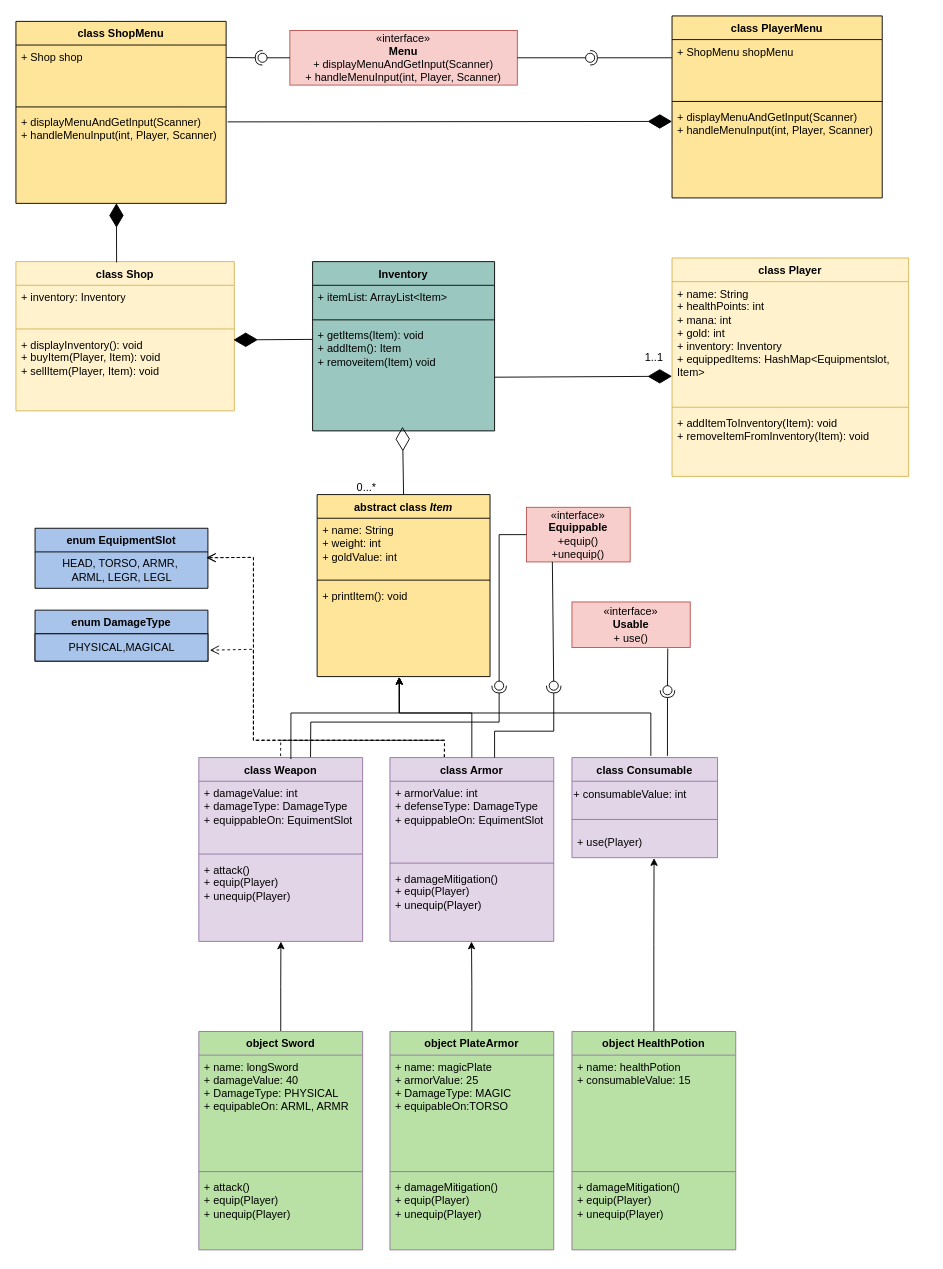
The draw.io diagram .idea/ooad-uml-diagram.drawio in PelleHanspers/ooad-individuell-uppgift-pellehanspers, before the edit. Source tidied: cells renumbered, new cells numbered last; positions are measured from the earlier drawing's top-left corner, leaving out a move shared by most shapes. Both pictures are drawn from the tidied source at 91%, with x=0, y=0 at pixel (15, 15).
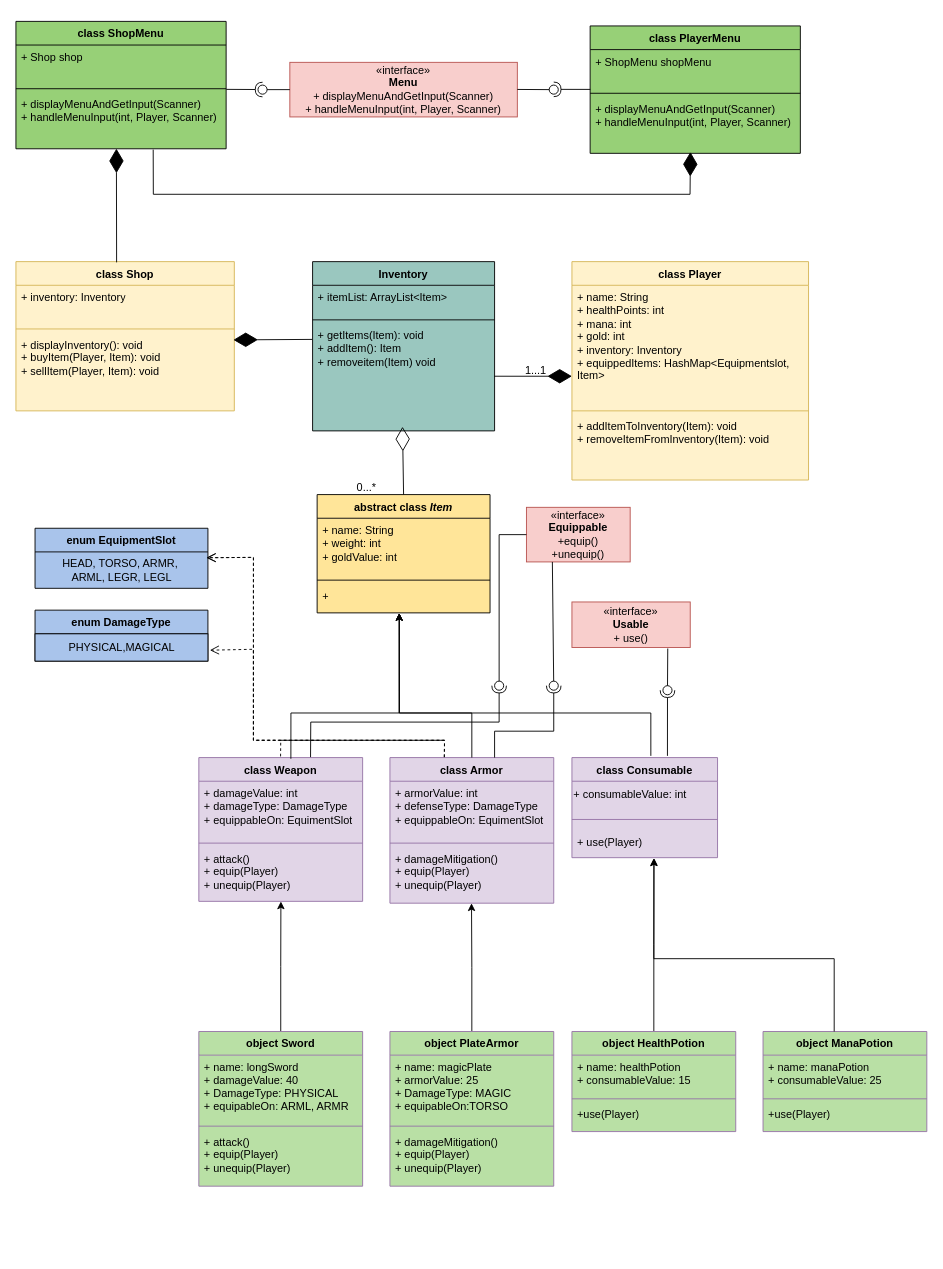
After the change.

Unchanged cells that the change refers to:
```xml
<mxCell id="5" value="&lt;div&gt;&lt;span style=&quot;background-color: initial; color: rgb(0, 0, 0); --darkreader-inline-bgcolor: initial; --darkreader-inline-color: #e8e6e3;&quot;&gt;+ getItems(Item): void&lt;/span&gt;&lt;br&gt;&lt;/div&gt;&lt;div&gt;+ addItem(): Item&lt;br&gt;&lt;/div&gt;&lt;div&gt;+ removeitem(Item) void&lt;br&gt;&lt;/div&gt;" style="text;strokeColor=none;fillColor=none;align=left;verticalAlign=top;spacingLeft=4;spacingRight=4;overflow=hidden;points=[[0,0.5],[1,0.5]];portConstraint=eastwest;whiteSpace=wrap;html=1;" parent="2" vertex="1">
  <mxGeometry y="68" width="200" height="118" as="geometry" />
</mxCell>
<mxCell id="36" value="&lt;div&gt;+ name: String&lt;br&gt;&lt;/div&gt;&lt;div&gt;+ healthPoints: int&lt;/div&gt;&lt;div&gt;+ mana: int&lt;/div&gt;&lt;div&gt;+ gold: int&lt;br&gt;&lt;/div&gt;&lt;div&gt;+ inventory: Inventory&lt;/div&gt;&lt;div&gt;&lt;div&gt;+ equippedItems: HashMap&amp;lt;Equipmentslot, Item&amp;gt;&lt;/div&gt;&lt;/div&gt;" style="text;strokeColor=none;fillColor=none;align=left;verticalAlign=top;spacingLeft=4;spacingRight=4;overflow=hidden;points=[[0,0.5],[1,0.5]];portConstraint=eastwest;whiteSpace=wrap;html=1;" parent="35" vertex="1">
  <mxGeometry y="26" width="260" height="134" as="geometry" />
</mxCell>
```

The edit, as a diff of the source:
```diff
@@
     <mxCell id="6" value="abstract class &lt;i&gt;Item&lt;/i&gt;" style="swimlane;fontStyle=1;align=center;verticalAlign=top;horizontal=1;startSize=26;whiteSpace=wrap;html=1;fillColor=#FFE599;swimlaneFillColor=#FFE599;" parent="1" vertex="1">
-      <mxGeometry x="331" y="526" width="190" height="200" as="geometry" />
+      <mxGeometry x="331" y="526" width="190" height="130" as="geometry" />
     </mxCell>
@@
-    <mxCell id="9" value="&lt;div&gt;+ printItem(): void&lt;/div&gt;" style="text;strokeColor=none;fillColor=none;align=left;verticalAlign=top;spacingLeft=4;spacingRight=4;overflow=hidden;points=[[0,0.5],[1,0.5]];portConstraint=eastwest;whiteSpace=wrap;html=1;" parent="6" vertex="1">
-      <mxGeometry y="98" width="190" height="102" as="geometry" />
+    <mxCell id="9" value="&lt;div&gt;+ &lt;/div&gt;" style="text;strokeColor=none;fillColor=none;align=left;verticalAlign=top;spacingLeft=4;spacingRight=4;overflow=hidden;points=[[0,0.5],[1,0.5]];portConstraint=eastwest;whiteSpace=wrap;html=1;" parent="6" vertex="1">
+      <mxGeometry y="98" width="190" height="32" as="geometry" />
     </mxCell>
     <mxCell id="10" value="class Armor" style="swimlane;fontStyle=1;align=center;verticalAlign=top;horizontal=1;startSize=26;whiteSpace=wrap;html=1;fillColor=#e1d5e7;strokeColor=#9673a6;swimlaneFillColor=#E1D5E7;" parent="1" vertex="1">
-      <mxGeometry x="411" y="815" width="180" height="202" as="geometry" />
+      <mxGeometry x="411" y="815" width="180" height="160" as="geometry" />
     </mxCell>
     <mxCell id="11" value="&lt;div&gt;+ armorValue: int&lt;/div&gt;&lt;div&gt;+ defenseType: DamageType&lt;/div&gt;&lt;div&gt;+ equippableOn: EquimentSlot&lt;/div&gt;" style="text;strokeColor=none;fillColor=none;align=left;verticalAlign=top;spacingLeft=4;spacingRight=4;overflow=hidden;whiteSpace=wrap;html=1;" parent="10" vertex="1">
-      <mxGeometry y="26" width="180" height="86" as="geometry" />
+      <mxGeometry y="26" width="180" height="64" as="geometry" />
     </mxCell>
     <mxCell id="12" style="line;strokeWidth=1;fillColor=none;align=left;verticalAlign=middle;spacingTop=-1;spacingLeft=3;spacingRight=3;labelPosition=right;strokeColor=#9673A6;" parent="10" vertex="1">
-      <mxGeometry y="112" width="180" height="8" as="geometry" />
+      <mxGeometry y="90" width="180" height="8" as="geometry" />
     </mxCell>
     <mxCell id="13" value="&lt;div&gt;+ damageMitigation()&lt;br&gt;&lt;/div&gt;&lt;div&gt;&lt;div&gt;+ equip(Player)&lt;/div&gt;&lt;div&gt;+ unequip(Player)&lt;/div&gt;&lt;/div&gt;" style="text;strokeColor=none;fillColor=none;align=left;verticalAlign=top;spacingLeft=4;spacingRight=4;overflow=hidden;points=[[0,0.5],[1,0.5]];portConstraint=eastwest;whiteSpace=wrap;html=1;" parent="10" vertex="1">
-      <mxGeometry y="120" width="180" height="82" as="geometry" />
+      <mxGeometry y="98" width="180" height="62" as="geometry" />
     </mxCell>
@@
     <mxCell id="31" value="class Weapon" style="swimlane;fontStyle=1;align=center;verticalAlign=top;horizontal=1;startSize=26;whiteSpace=wrap;html=1;fillColor=#E1D5E7;swimlaneFillColor=#E1D5E7;strokeColor=#9673A6;" parent="1" vertex="1">
-      <mxGeometry x="201" y="815" width="180" height="202" as="geometry" />
+      <mxGeometry x="201" y="815" width="180" height="158" as="geometry" />
     </mxCell>
     <mxCell id="32" value="&lt;div&gt;+ damageValue: int&lt;/div&gt;&lt;div&gt;+ damageType: DamageType&lt;/div&gt;&lt;div&gt;+ equippableOn: EquimentSlot&lt;br&gt;&lt;/div&gt;&lt;div&gt;&lt;br&gt;&lt;/div&gt;" style="text;strokeColor=none;fillColor=none;align=left;verticalAlign=top;spacingLeft=4;spacingRight=4;overflow=hidden;whiteSpace=wrap;html=1;" parent="31" vertex="1">
-      <mxGeometry y="26" width="180" height="76" as="geometry" />
+      <mxGeometry y="26" width="180" height="64" as="geometry" />
     </mxCell>
     <mxCell id="33" style="line;strokeWidth=1;fillColor=#E1D5E7;align=left;verticalAlign=middle;spacingTop=-1;spacingLeft=3;spacingRight=3;labelPosition=right;strokeColor=#9673A6;fillStyle=auto;perimeterSpacing=0;" parent="31" vertex="1">
-      <mxGeometry y="102" width="180" height="8" as="geometry" />
+      <mxGeometry y="90" width="180" height="8" as="geometry" />
     </mxCell>
     <mxCell id="34" value="&lt;div&gt;+ attack()&lt;/div&gt;&lt;div&gt;&lt;div&gt;+ equip(Player)&lt;/div&gt;&lt;div&gt;+ unequip(Player)&lt;/div&gt;&lt;/div&gt;" style="text;strokeColor=none;fillColor=none;align=left;verticalAlign=top;spacingLeft=4;spacingRight=4;overflow=hidden;points=[[0,0.5],[1,0.5]];portConstraint=eastwest;whiteSpace=wrap;html=1;" parent="31" vertex="1">
-      <mxGeometry y="110" width="180" height="92" as="geometry" />
+      <mxGeometry y="98" width="180" height="60" as="geometry" />
     </mxCell>
     <mxCell id="35" value="class Player" style="swimlane;fontStyle=1;align=center;verticalAlign=top;horizontal=1;startSize=26;whiteSpace=wrap;html=1;fillColor=#fff2cc;strokeColor=#d6b656;swimlaneFillColor=#FFF2CC;" parent="1" vertex="1">
-      <mxGeometry x="721" y="266" width="260" height="240" as="geometry" />
+      <mxGeometry x="611" y="270" width="260" height="240" as="geometry" />
     </mxCell>
@@
-    <mxCell id="39" style="endArrow=diamondThin;endFill=1;endSize=24;html=1;rounded=0;entryX=0;entryY=0.776;entryDx=0;entryDy=0;entryPerimeter=0;exitX=1;exitY=0.5;exitDx=0;exitDy=0;" parent="1" edge="1" source="5" target="36">
+    <mxCell id="39" style="endArrow=diamondThin;endFill=1;endSize=24;html=1;rounded=0;entryX=0;entryY=0.746;entryDx=0;entryDy=0;entryPerimeter=0;exitX=0.998;exitY=0.491;exitDx=0;exitDy=0;exitPerimeter=0;" parent="1" edge="1" source="5" target="36">
       <mxGeometry relative="1" as="geometry" />
     </mxCell>
-    <mxCell id="40" value="1..1" style="text;html=1;align=center;verticalAlign=middle;strokeColor=none;fillColor=none;" parent="1" vertex="1">
-      <mxGeometry x="681" y="361" width="40" height="30" as="geometry" />
+    <mxCell id="40" value="1...1" style="text;html=1;align=center;verticalAlign=middle;strokeColor=none;fillColor=none;" parent="1" vertex="1">
+      <mxGeometry x="546" y="375" width="50" height="30" as="geometry" />
     </mxCell>
@@
     <mxCell id="53" value="object Sword " style="swimlane;fontStyle=1;align=center;verticalAlign=top;horizontal=1;startSize=26;whiteSpace=wrap;html=1;fillColor=#B9E0A5;strokeColor=#9673a6;swimlaneFillColor=#B9E0A5;" parent="1" vertex="1">
-      <mxGeometry x="201" y="1116" width="180" height="240" as="geometry" />
+      <mxGeometry x="201" y="1116" width="180" height="170" as="geometry" />
     </mxCell>
     <mxCell id="54" value="&lt;div&gt;+ name: longSword&lt;br&gt;&lt;/div&gt;&lt;div&gt;+&amp;nbsp;damageValue: 40&lt;br&gt;&lt;/div&gt;&lt;div&gt;+ DamageType: PHYSICAL &lt;/div&gt;&lt;div&gt;+ equipableOn: ARML, ARMR&lt;br&gt;&lt;/div&gt;" style="text;strokeColor=none;fillColor=none;align=left;verticalAlign=top;spacingLeft=4;spacingRight=4;overflow=hidden;whiteSpace=wrap;html=1;" parent="53" vertex="1">
-      <mxGeometry y="26" width="180" height="124" as="geometry" />
+      <mxGeometry y="26" width="180" height="74" as="geometry" />
     </mxCell>
     <mxCell id="55" style="line;strokeWidth=1;fillColor=none;align=left;verticalAlign=middle;spacingTop=-1;spacingLeft=3;spacingRight=3;labelPosition=right;strokeColor=#9673A6;" parent="53" vertex="1">
-      <mxGeometry y="150" width="180" height="8" as="geometry" />
+      <mxGeometry y="100" width="180" height="8" as="geometry" />
     </mxCell>
     <mxCell id="56" value="&lt;div&gt;+ attack()&lt;br&gt;&lt;/div&gt;&lt;div&gt;&lt;div&gt;+ equip(Player)&lt;/div&gt;&lt;div&gt;+ unequip(Player)&lt;/div&gt;&lt;/div&gt;" style="text;strokeColor=none;fillColor=none;align=left;verticalAlign=top;spacingLeft=4;spacingRight=4;overflow=hidden;whiteSpace=wrap;html=1;" parent="53" vertex="1">
-      <mxGeometry y="158" width="180" height="82" as="geometry" />
+      <mxGeometry y="108" width="180" height="62" as="geometry" />
     </mxCell>
@@
     <mxCell id="58" value="object PlateArmor " style="swimlane;fontStyle=1;align=center;verticalAlign=top;horizontal=1;startSize=26;whiteSpace=wrap;html=1;fillColor=#B9E0A5;strokeColor=#9673a6;swimlaneFillColor=#B9E0A5;" parent="1" vertex="1">
-      <mxGeometry x="411" y="1116" width="180" height="240" as="geometry" />
+      <mxGeometry x="411" y="1116" width="180" height="170" as="geometry" />
     </mxCell>
     <mxCell id="59" value="&lt;div&gt;+ name: magicPlate&lt;br&gt;&lt;/div&gt;&lt;div&gt;+ armorValue: 25&lt;br&gt;&lt;/div&gt;&lt;div&gt;+ DamageType: MAGIC&lt;/div&gt;&lt;div&gt;+ equipableOn:TORSO&lt;/div&gt;" style="text;strokeColor=none;fillColor=none;align=left;verticalAlign=top;spacingLeft=4;spacingRight=4;overflow=hidden;whiteSpace=wrap;html=1;" parent="58" vertex="1">
-      <mxGeometry y="26" width="180" height="124" as="geometry" />
+      <mxGeometry y="26" width="180" height="74" as="geometry" />
     </mxCell>
     <mxCell id="60" style="line;strokeWidth=1;fillColor=none;align=left;verticalAlign=middle;spacingTop=-1;spacingLeft=3;spacingRight=3;labelPosition=right;strokeColor=#9673A6;" parent="58" vertex="1">
-      <mxGeometry y="150" width="180" height="8" as="geometry" />
+      <mxGeometry y="100" width="180" height="8" as="geometry" />
     </mxCell>
     <mxCell id="61" value="&lt;div&gt;+ damageMitigation()&lt;br&gt;&lt;/div&gt;&lt;div&gt;&lt;div&gt;+ equip(Player)&lt;/div&gt;&lt;div&gt;+ unequip(Player)&lt;/div&gt;&lt;/div&gt;" style="text;strokeColor=none;fillColor=none;align=left;verticalAlign=top;spacingLeft=4;spacingRight=4;overflow=hidden;whiteSpace=wrap;html=1;" parent="58" vertex="1">
-      <mxGeometry y="158" width="180" height="82" as="geometry" />
+      <mxGeometry y="108" width="180" height="62" as="geometry" />
     </mxCell>
@@
     <mxCell id="63" value="object HealthPotion" style="swimlane;fontStyle=1;align=center;verticalAlign=top;horizontal=1;startSize=26;whiteSpace=wrap;html=1;fillColor=#B9E0A5;strokeColor=#9673a6;swimlaneFillColor=#B9E0A5;" parent="1" vertex="1">
-      <mxGeometry x="611" y="1116" width="180" height="240" as="geometry" />
+      <mxGeometry x="611" y="1116" width="180" height="110" as="geometry" />
     </mxCell>
     <mxCell id="64" value="&lt;div&gt;+ name: healthPotion&lt;br&gt;&lt;/div&gt;&lt;div&gt;+ consumableValue: 15&lt;/div&gt;" style="text;strokeColor=none;fillColor=none;align=left;verticalAlign=top;spacingLeft=4;spacingRight=4;overflow=hidden;whiteSpace=wrap;html=1;" parent="63" vertex="1">
-      <mxGeometry y="26" width="180" height="124" as="geometry" />
+      <mxGeometry y="26" width="180" height="44" as="geometry" />
     </mxCell>
     <mxCell id="65" style="line;strokeWidth=1;fillColor=none;align=left;verticalAlign=middle;spacingTop=-1;spacingLeft=3;spacingRight=3;labelPosition=right;strokeColor=#9673A6;" parent="63" vertex="1">
-      <mxGeometry y="150" width="180" height="8" as="geometry" />
+      <mxGeometry y="70" width="180" height="8" as="geometry" />
     </mxCell>
-    <mxCell id="66" value="&lt;div&gt;+ damageMitigation()&lt;br&gt;&lt;/div&gt;&lt;div&gt;&lt;div&gt;+ equip(Player)&lt;/div&gt;&lt;div&gt;+ unequip(Player)&lt;/div&gt;&lt;/div&gt;" style="text;strokeColor=none;fillColor=none;align=left;verticalAlign=top;spacingLeft=4;spacingRight=4;overflow=hidden;whiteSpace=wrap;html=1;" parent="63" vertex="1">
-      <mxGeometry y="158" width="180" height="82" as="geometry" />
+    <mxCell id="66" value="&lt;div&gt;+use(Player)&lt;/div&gt;" style="text;strokeColor=none;fillColor=none;align=left;verticalAlign=top;spacingLeft=4;spacingRight=4;overflow=hidden;whiteSpace=wrap;html=1;" parent="63" vertex="1">
+      <mxGeometry y="78" width="180" height="32" as="geometry" />
     </mxCell>
@@
     <mxCell id="72" value="«interface»&lt;br&gt;&lt;b&gt;Menu&lt;/b&gt;&lt;br&gt;&lt;div&gt;+ displayMenuAndGetInput(Scanner)&lt;/div&gt;&lt;div&gt;+ handleMenuInput(int, Player, Scanner)&lt;/div&gt;" style="html=1;whiteSpace=wrap;fillColor=#f8cecc;strokeColor=#b85450;" parent="1" vertex="1">
-      <mxGeometry x="301" y="16" width="250" height="60" as="geometry" />
+      <mxGeometry x="301" y="51" width="250" height="60" as="geometry" />
     </mxCell>
-    <mxCell id="73" value="class ShopMenu" style="swimlane;fontStyle=1;align=center;verticalAlign=top;horizontal=1;startSize=26;whiteSpace=wrap;html=1;fillColor=#FFE599;swimlaneFillColor=#FFE599;" parent="1" vertex="1">
-      <mxGeometry y="6" width="231" height="200" as="geometry" />
+    <mxCell id="73" value="class ShopMenu" style="swimlane;fontStyle=1;align=center;verticalAlign=top;horizontal=1;startSize=26;whiteSpace=wrap;html=1;fillColor=#97D077;swimlaneFillColor=#97D077;" parent="1" vertex="1">
+      <mxGeometry y="6" width="231" height="140" as="geometry" />
     </mxCell>
     <mxCell id="74" value="+ Shop shop" style="text;strokeColor=none;fillColor=none;align=left;verticalAlign=top;spacingLeft=4;spacingRight=4;overflow=hidden;points=[[0,0.5],[1,0.5]];portConstraint=eastwest;whiteSpace=wrap;html=1;" parent="73" vertex="1">
-      <mxGeometry y="26" width="231" height="64" as="geometry" />
+      <mxGeometry y="26" width="231" height="44" as="geometry" />
     </mxCell>
     <mxCell id="75" style="line;strokeWidth=1;fillColor=none;align=left;verticalAlign=middle;spacingTop=-1;spacingLeft=3;spacingRight=3;labelPosition=right;strokeColor=inherit;" parent="73" vertex="1">
-      <mxGeometry y="90" width="231" height="8" as="geometry" />
+      <mxGeometry y="70" width="231" height="8" as="geometry" />
     </mxCell>
     <mxCell id="76" value="&lt;div&gt;+ displayMenuAndGetInput(Scanner)&lt;/div&gt;&lt;div&gt;+ handleMenuInput(int, Player, Scanner)&lt;/div&gt;" style="text;strokeColor=none;fillColor=none;align=left;verticalAlign=top;spacingLeft=4;spacingRight=4;overflow=hidden;points=[[0,0.5],[1,0.5]];portConstraint=eastwest;whiteSpace=wrap;html=1;" parent="73" vertex="1">
-      <mxGeometry y="98" width="231" height="102" as="geometry" />
+      <mxGeometry y="78" width="231" height="62" as="geometry" />
     </mxCell>
-    <mxCell id="77" style="rounded=0;jettySize=auto;html=1;endArrow=halfCircle;endFill=0;endSize=6;strokeWidth=1;sketch=0;exitX=1.001;exitY=0.215;exitDx=0;exitDy=0;exitPerimeter=0;" parent="1" edge="1" source="74">
+    <mxCell id="77" style="rounded=0;orthogonalLoop=1;jettySize=auto;html=1;endArrow=halfCircle;endFill=0;endSize=6;strokeWidth=1;sketch=0;exitX=1.001;exitY=0.996;exitDx=0;exitDy=0;exitPerimeter=0;" parent="1" edge="1">
       <mxGeometry relative="1" as="geometry">
-        <mxPoint x="271" y="46" as="targetPoint" />
+        <mxPoint x="231.2" y="80.7" as="sourcePoint" />
+        <mxPoint x="271" y="80.9" as="targetPoint" />
       </mxGeometry>
     </mxCell>
     <mxCell id="78" style="rounded=0;jettySize=auto;html=1;endArrow=oval;endFill=0;sketch=0;sourcePerimeterSpacing=0;targetPerimeterSpacing=0;endSize=10;exitX=0;exitY=0.5;exitDx=0;exitDy=0;" parent="1" edge="1" source="72">
       <mxGeometry relative="1" as="geometry">
-        <mxPoint x="271" y="46" as="targetPoint" />
+        <mxPoint x="271" y="81" as="targetPoint" />
       </mxGeometry>
     </mxCell>
@@
-    <mxCell id="80" value="class PlayerMenu" style="swimlane;fontStyle=1;align=center;verticalAlign=top;horizontal=1;startSize=26;whiteSpace=wrap;html=1;fillColor=#FFE599;swimlaneFillColor=#FFE599;" parent="1" vertex="1">
-      <mxGeometry x="721" width="231" height="200" as="geometry" />
+    <mxCell id="80" value="class PlayerMenu" style="swimlane;fontStyle=1;align=center;verticalAlign=top;horizontal=1;startSize=26;whiteSpace=wrap;html=1;fillColor=#97D077;swimlaneFillColor=#97D077;" parent="1" vertex="1">
+      <mxGeometry x="631" y="11" width="231" height="140" as="geometry" />
     </mxCell>
     <mxCell id="81" value="+ ShopMenu shopMenu" style="text;strokeColor=none;fillColor=none;align=left;verticalAlign=top;spacingLeft=4;spacingRight=4;overflow=hidden;points=[[0,0.5],[1,0.5]];portConstraint=eastwest;whiteSpace=wrap;html=1;" parent="80" vertex="1">
-      <mxGeometry y="26" width="231" height="64" as="geometry" />
+      <mxGeometry y="26" width="231" height="44" as="geometry" />
     </mxCell>
     <mxCell id="82" style="line;strokeWidth=1;fillColor=none;align=left;verticalAlign=middle;spacingTop=-1;spacingLeft=3;spacingRight=3;labelPosition=right;strokeColor=inherit;" parent="80" vertex="1">
-      <mxGeometry y="90" width="231" height="8" as="geometry" />
+      <mxGeometry y="70" width="231" height="8" as="geometry" />
     </mxCell>
     <mxCell id="83" value="&lt;div&gt;+ displayMenuAndGetInput(Scanner)&lt;/div&gt;&lt;div&gt;+ handleMenuInput(int, Player, Scanner)&lt;/div&gt;" style="text;strokeColor=none;fillColor=none;align=left;verticalAlign=top;spacingLeft=4;spacingRight=4;overflow=hidden;points=[[0,0.5],[1,0.5]];portConstraint=eastwest;whiteSpace=wrap;html=1;" parent="80" vertex="1">
-      <mxGeometry y="98" width="231" height="102" as="geometry" />
+      <mxGeometry y="78" width="231" height="62" as="geometry" />
     </mxCell>
@@
-    <mxCell id="85" style="rounded=0;jettySize=auto;html=1;endArrow=halfCircle;endFill=0;endSize=6;strokeWidth=1;sketch=0;" parent="1" edge="1" target="87">
+    <mxCell id="85" style="rounded=0;jettySize=auto;html=1;endArrow=halfCircle;endFill=0;endSize=6;strokeWidth=1;sketch=0;exitX=0.001;exitY=0.994;exitDx=0;exitDy=0;exitPerimeter=0;" parent="1" edge="1" source="81">
       <mxGeometry relative="1" as="geometry">
-        <mxPoint x="721" y="46" as="sourcePoint" />
+        <mxPoint x="591" y="80.7" as="targetPoint" />
       </mxGeometry>
     </mxCell>
-    <mxCell id="86" style="rounded=0;jettySize=auto;html=1;endArrow=oval;endFill=0;sketch=0;sourcePerimeterSpacing=0;targetPerimeterSpacing=0;endSize=10;exitX=1;exitY=0.5;exitDx=0;exitDy=0;" parent="1" edge="1" source="72" target="87">
-      <mxGeometry relative="1" as="geometry" />
+    <mxCell id="86" style="rounded=0;orthogonalLoop=1;jettySize=auto;html=1;endArrow=oval;endFill=0;sketch=0;sourcePerimeterSpacing=0;targetPerimeterSpacing=0;endSize=10;exitX=1;exitY=0.5;exitDx=0;exitDy=0;" parent="1" edge="1">
+      <mxGeometry relative="1" as="geometry">
+        <mxPoint x="551" y="80.8" as="sourcePoint" />
+        <mxPoint x="591" y="81" as="targetPoint" />
+      </mxGeometry>
     </mxCell>
     <mxCell id="87" style="ellipse;whiteSpace=wrap;html=1;align=center;fillColor=none;strokeColor=none;perimeter=centerPerimeter;points=[];outlineConnect=1;" parent="1" vertex="1">
-      <mxGeometry x="626" y="41" width="10" height="10" as="geometry" />
+      <mxGeometry x="626" y="76" width="10" height="10" as="geometry" />
     </mxCell>
-    <mxCell id="88" style="endArrow=diamondThin;endFill=1;endSize=24;html=1;rounded=0;exitX=1.007;exitY=0.122;exitDx=0;exitDy=0;exitPerimeter=0;entryX=0;entryY=0.176;entryDx=0;entryDy=0;entryPerimeter=0;" parent="1" edge="1" source="76" target="83">
-      <mxGeometry relative="1" as="geometry" />
+    <mxCell id="88" style="endArrow=diamondThin;endFill=1;endSize=24;html=1;rounded=0;exitX=0.653;exitY=1.015;exitDx=0;exitDy=0;exitPerimeter=0;entryX=0.477;entryY=0.977;entryDx=0;entryDy=0;entryPerimeter=0;" parent="1" edge="1" source="76" target="83">
+      <mxGeometry relative="1" as="geometry">
+        <Array as="points">
+          <mxPoint x="151" y="196" />
+          <mxPoint x="740.8" y="196" />
+        </Array>
+      </mxGeometry>
     </mxCell>
+    <mxCell id="89" value="object ManaPotion" style="swimlane;fontStyle=1;align=center;verticalAlign=top;horizontal=1;startSize=26;whiteSpace=wrap;html=1;fillColor=#B9E0A5;strokeColor=#9673a6;swimlaneFillColor=#B9E0A5;" parent="1" vertex="1">
+      <mxGeometry x="821" y="1116" width="180" height="110" as="geometry" />
+    </mxCell>
+    <mxCell id="90" value="&lt;div&gt;+ name: manaPotion&lt;br&gt;&lt;/div&gt;&lt;div&gt;+ consumableValue: 25&lt;/div&gt;" style="text;strokeColor=none;fillColor=none;align=left;verticalAlign=top;spacingLeft=4;spacingRight=4;overflow=hidden;whiteSpace=wrap;html=1;" parent="89" vertex="1">
+      <mxGeometry y="26" width="180" height="44" as="geometry" />
+    </mxCell>
+    <mxCell id="91" style="line;strokeWidth=1;fillColor=none;align=left;verticalAlign=middle;spacingTop=-1;spacingLeft=3;spacingRight=3;labelPosition=right;strokeColor=#9673A6;" parent="89" vertex="1">
+      <mxGeometry y="70" width="180" height="8" as="geometry" />
+    </mxCell>
+    <mxCell id="92" value="&lt;div&gt;+use(Player)&lt;/div&gt;" style="text;strokeColor=none;fillColor=none;align=left;verticalAlign=top;spacingLeft=4;spacingRight=4;overflow=hidden;whiteSpace=wrap;html=1;" parent="89" vertex="1">
+      <mxGeometry y="78" width="180" height="32" as="geometry" />
+    </mxCell>
+    <mxCell id="93" style="edgeStyle=orthogonalEdgeStyle;rounded=0;orthogonalLoop=1;jettySize=auto;html=1;exitX=0.444;exitY=0;exitDx=0;exitDy=0;exitPerimeter=0;entryX=0.573;entryY=1.026;entryDx=0;entryDy=0;entryPerimeter=0;" parent="1" edge="1">
+      <mxGeometry relative="1" as="geometry">
+        <mxPoint x="899.2" y="1116" as="sourcePoint" />
+        <mxPoint x="701" y="925.8" as="targetPoint" />
+        <Array as="points">
+          <mxPoint x="899.3" y="1036" />
+          <mxPoint x="701.3" y="1036" />
+        </Array>
+      </mxGeometry>
+    </mxCell>
```
